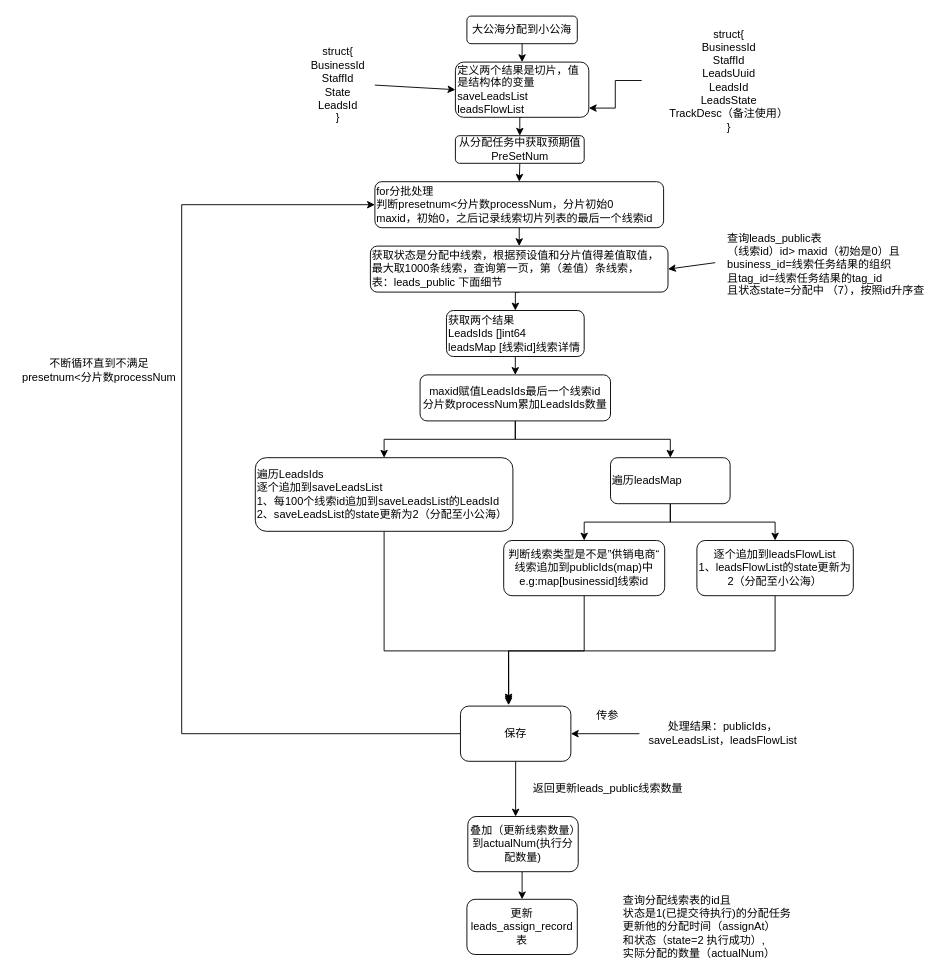
This is 大公海到小公海.drawio from jilinhao/test, a draw.io file, before an edit. Source tidied: cells renumbered, new cells numbered last; positions are measured from the earlier drawing's top-left corner, leaving out a move shared by most shapes. Both pictures are drawn from the tidied source at 92%, with x=0, y=0 at pixel (16, 16).
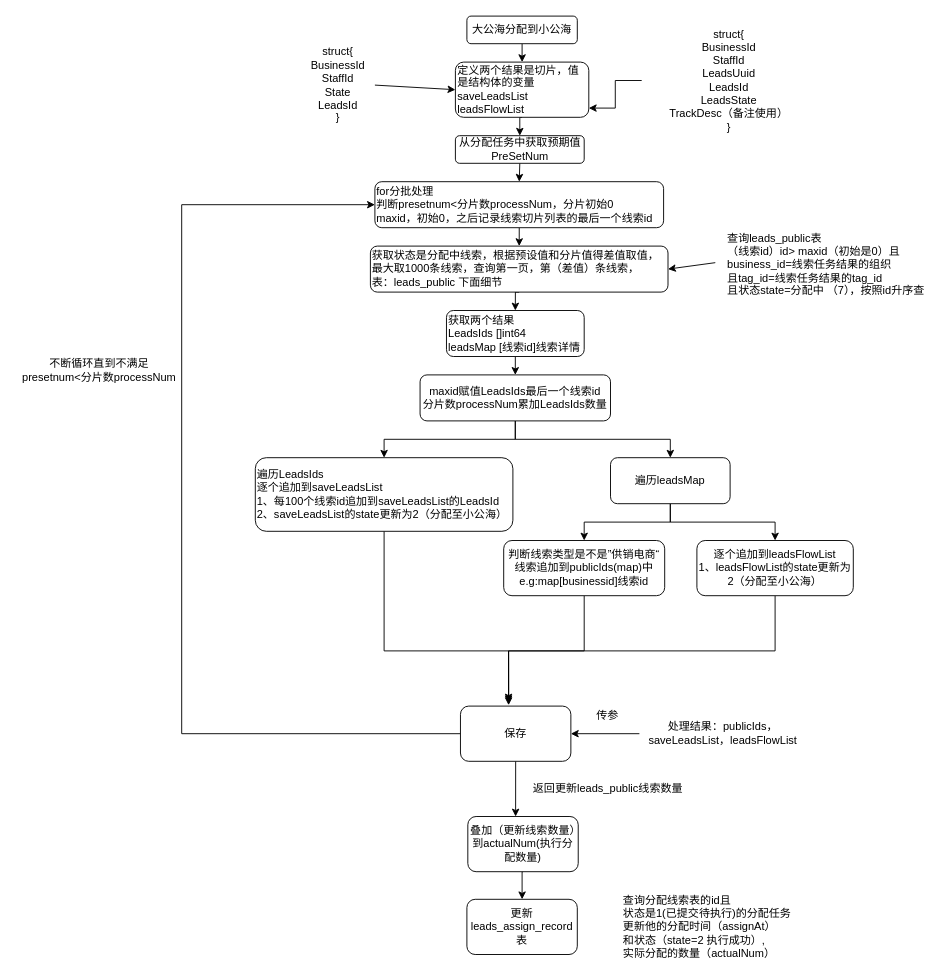
After the change.

Commit message:
Update 大公海到小公海.drawio

Change to the diagram source:
```diff
@@
-    <mxCell id="27" value="遍历leadsMap" style="rounded=1;whiteSpace=wrap;html=1;align=left;" parent="1" vertex="1">
+    <mxCell id="27" value="遍历leadsMap" style="rounded=1;whiteSpace=wrap;html=1;align=center;" parent="1" vertex="1">
       <mxGeometry x="646.1" y="480" width="130" height="50" as="geometry" />
     </mxCell>
```
